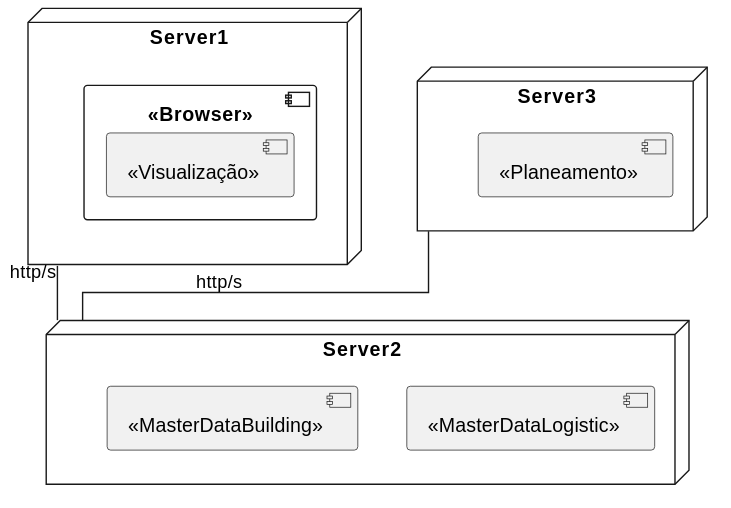
The PlantUML diagram Visualization/docs/Level_2/Diagrams/PhysicalView.svg in Pedro-Pereira1/sem5pi_23_24_g056_Visualization, before a commit.
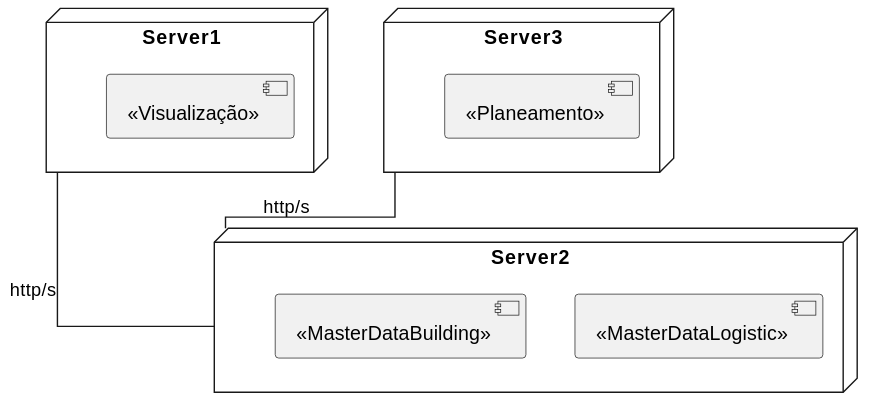
The same file after the commit.

Commit message:
Updated PhysicalView for Sprint 2

Change to the diagram source:
```diff
@@ -2,10 +2,8 @@
 skinparam linetype ortho
 
 node Server1{
-  component "<<Browser>>" as BRW{
    component "<<Visualização>>" as V {
     }
-  }
 }
 
 node Server2{
```
